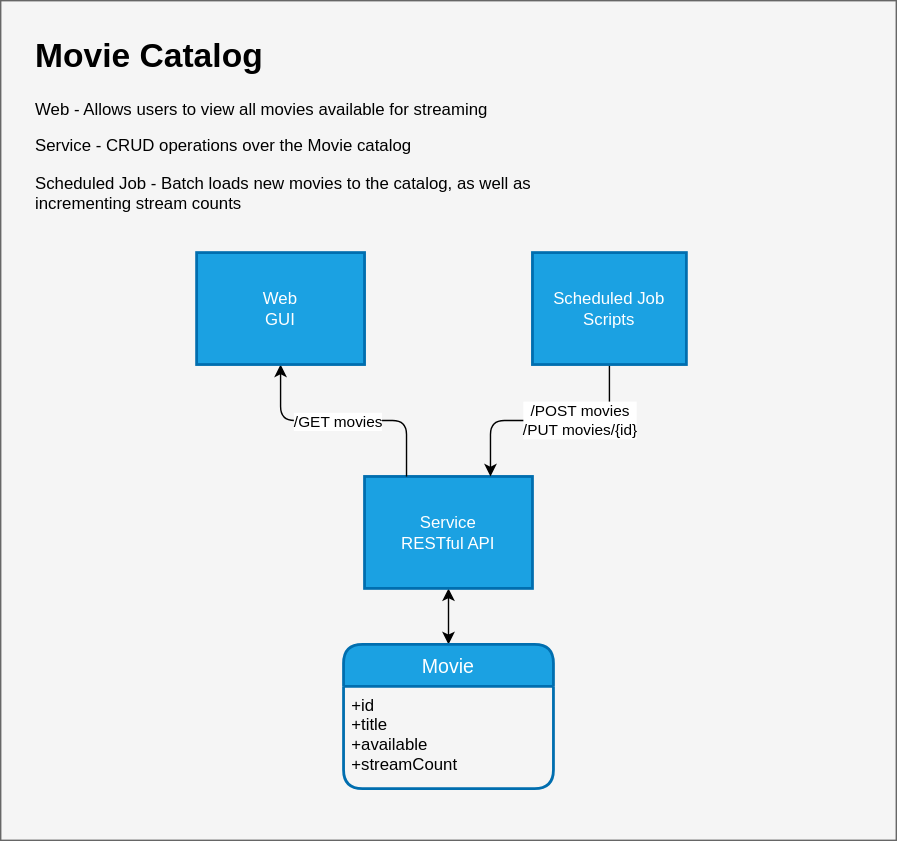
This is images/OF_Mini_Services.svg from annagapuz/cicd-comparison, a draw.io export, as it was before one commit. Source tidied: cells renumbered, new cells last; positions are measured from the earlier drawing's top-left corner, leaving out a move shared by most shapes.
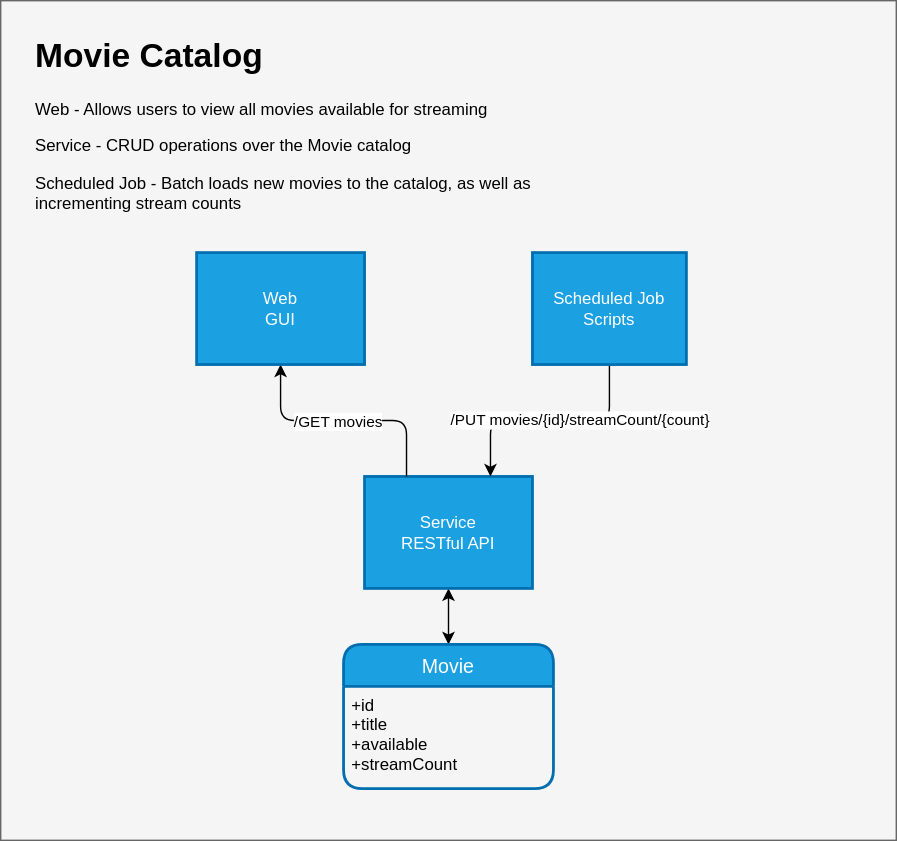
The same diagram one commit later.

What changed in the source:
```diff
@@ -23,7 +23,7 @@
     <mxCell id="8" style="edgeStyle=orthogonalEdgeStyle;jettySize=auto;html=1;exitX=0.5;exitY=1;exitDx=0;exitDy=0;entryX=0.75;entryY=0;entryDx=0;entryDy=0;" parent="1" edge="1" source="10" target="4">
       <mxGeometry relative="1" as="geometry" />
     </mxCell>
-    <mxCell id="9" value="&lt;div&gt;/POST movies&lt;/div&gt;&lt;div&gt;/PUT movies/{id}&lt;br&gt;&lt;/div&gt;" style="edgeLabel;html=1;align=center;verticalAlign=middle;" parent="8" vertex="1">
+    <mxCell id="9" value="&lt;div&gt;/PUT movies/{id}/streamCount/{count}&lt;br&gt;&lt;/div&gt;" style="edgeLabel;html=1;align=center;verticalAlign=middle;" parent="8" vertex="1">
       <mxGeometry x="-0.25" y="-1" relative="1" as="geometry" />
     </mxCell>
     <mxCell id="10" value="&lt;div&gt;Scheduled Job&lt;br&gt;&lt;/div&gt;&lt;div&gt;Scripts&lt;br&gt;&lt;/div&gt;" style="whiteSpace=wrap;html=1;absoluteArcSize=1;arcSize=14;strokeWidth=2;fillColor=#1ba1e2;strokeColor=#006EAF;fontColor=#ffffff;" parent="1" vertex="1">
```
